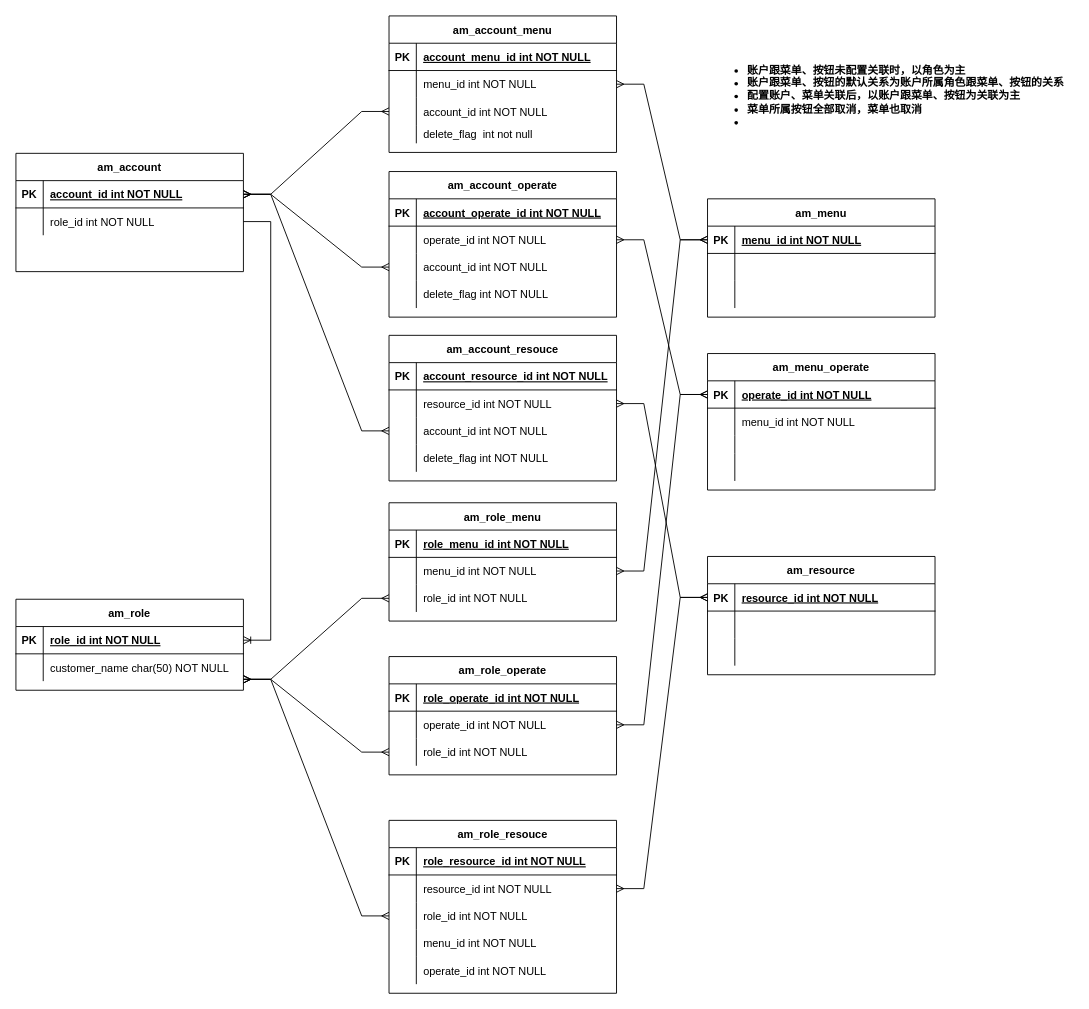
stephenZkang/diagrams keeps this draw.io diagram as 权限设计-ER.drawio. Above is the earlier version. Source tidied: cells renumbered, new cells numbered last; positions are measured from the earlier drawing's top-left corner, leaving out a move shared by most shapes. Both pictures are drawn from the tidied source at 91%, with x=0, y=0 at pixel (15, 15).
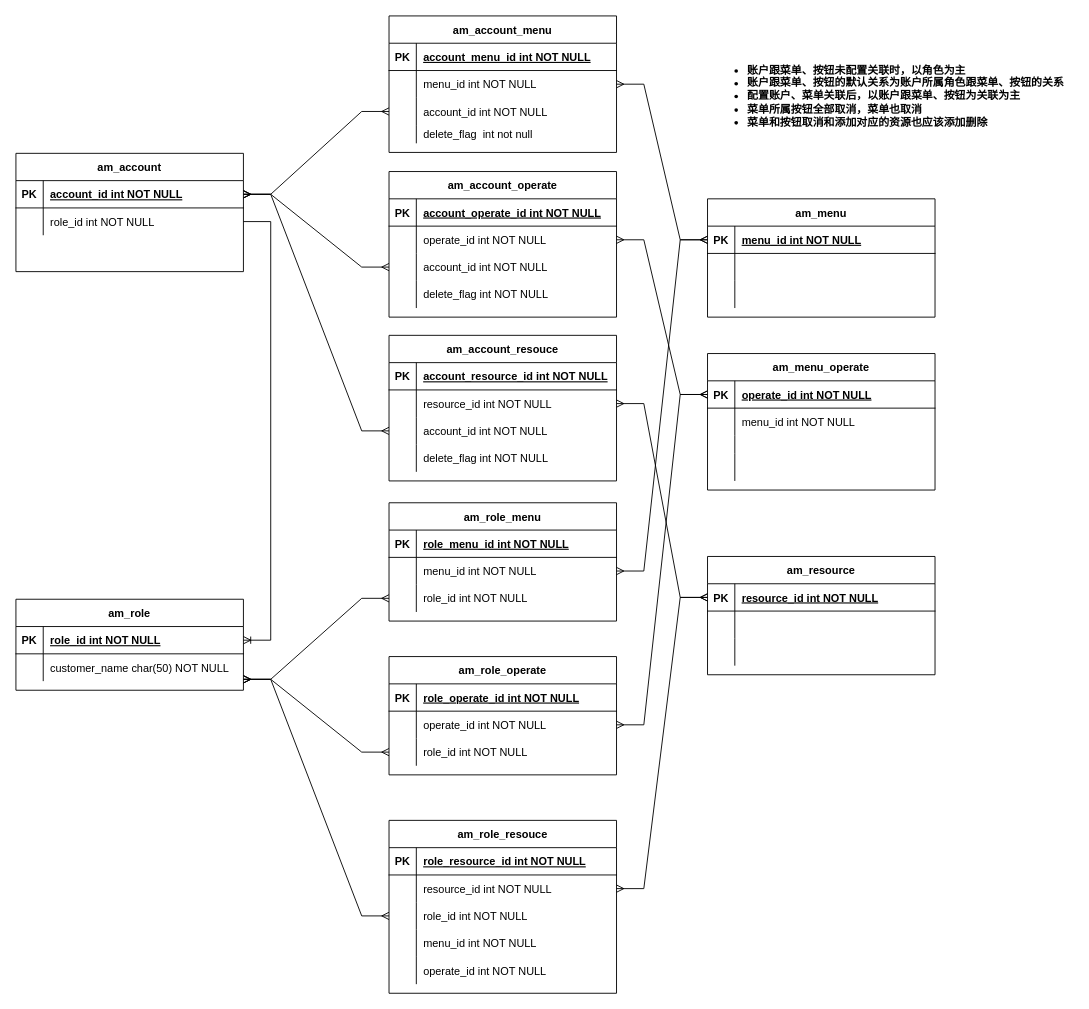
Above is the later version.

Commit message:
更新权限设计-ER.drawio

Diff of the diagram source:
```diff
@@
-    <mxCell id="137" value="&lt;ul&gt;&lt;li&gt;&lt;b&gt;账户跟菜单、按钮未配置关联时，以角色为主&lt;/b&gt;&lt;/li&gt;&lt;li&gt;&lt;b&gt;账户跟菜单、按钮的默认关系&lt;/b&gt;&lt;b style=&quot;background-color: initial;&quot;&gt;为账户所属角色跟菜单、按钮的关系&lt;/b&gt;&lt;/li&gt;&lt;li&gt;&lt;b&gt;配置账户、菜单关联后，以账户跟菜单、按钮为关联为主&lt;/b&gt;&lt;/li&gt;&lt;li&gt;&lt;b&gt;菜单所属按钮全部取消，菜单也取消&lt;/b&gt;&lt;/li&gt;&lt;li&gt;&lt;b&gt;&lt;br&gt;&lt;/b&gt;&lt;/li&gt;&lt;/ul&gt;" style="text;html=1;align=left;verticalAlign=middle;strokeColor=none;fillColor=none;" parent="1" vertex="1">
+    <mxCell id="137" value="&lt;ul&gt;&lt;li&gt;&lt;b&gt;账户跟菜单、按钮未配置关联时，以角色为主&lt;/b&gt;&lt;/li&gt;&lt;li&gt;&lt;b&gt;账户跟菜单、按钮的默认关系&lt;/b&gt;&lt;b style=&quot;background-color: initial;&quot;&gt;为账户所属角色跟菜单、按钮的关系&lt;/b&gt;&lt;/li&gt;&lt;li&gt;&lt;b&gt;配置账户、菜单关联后，以账户跟菜单、按钮为关联为主&lt;/b&gt;&lt;/li&gt;&lt;li&gt;&lt;b&gt;菜单所属按钮全部取消，菜单也取消&lt;/b&gt;&lt;/li&gt;&lt;li&gt;&lt;b&gt;菜单和按钮取消和添加对应的资源也应该添加删除&lt;/b&gt;&lt;/li&gt;&lt;/ul&gt;" style="text;html=1;align=left;verticalAlign=middle;strokeColor=none;fillColor=none;" parent="1" vertex="1">
       <mxGeometry x="762" y="38" width="400" height="100" as="geometry" />
     </mxCell>
```
